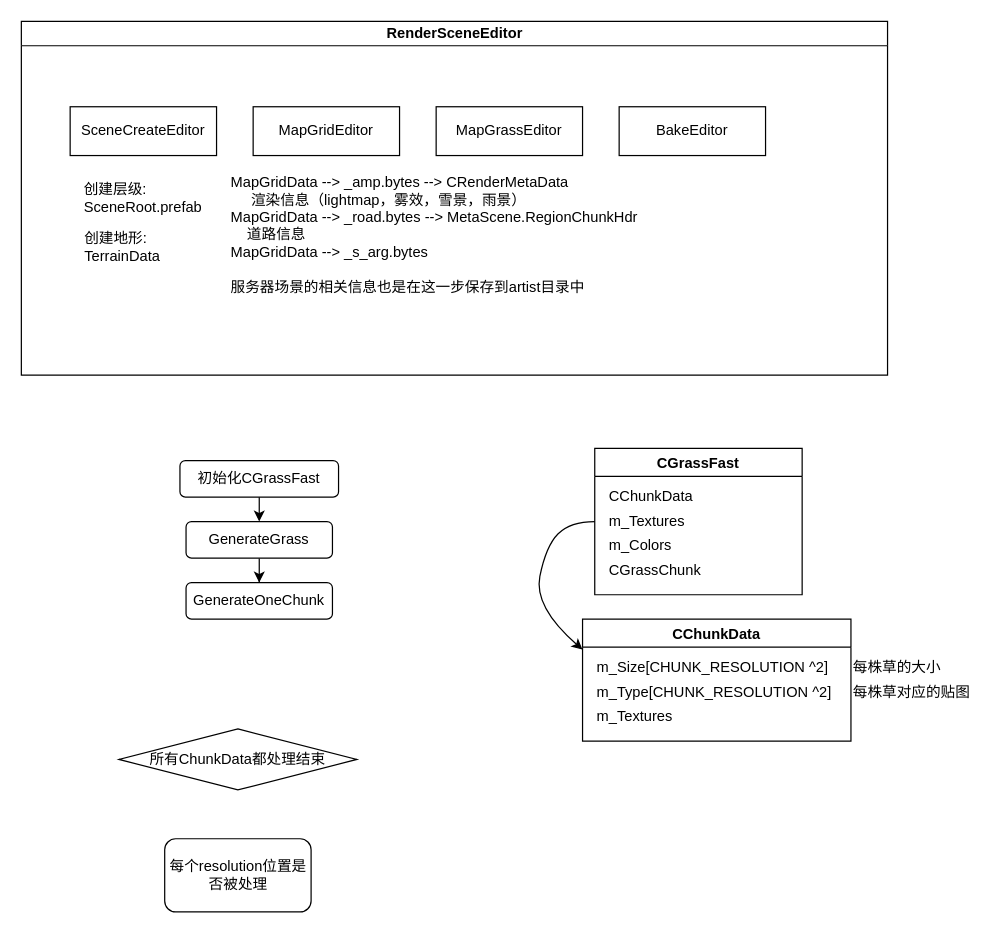
The draw.io diagram Untitled Diagram.drawio in Dixmanion/SNOWTH, before the edit. Source tidied: cells renumbered, new cells numbered last; positions are measured from the earlier drawing's top-left corner, leaving out a move shared by most shapes. Both pictures are drawn from the tidied source at 122%, with x=0, y=0 at pixel (21, 21).
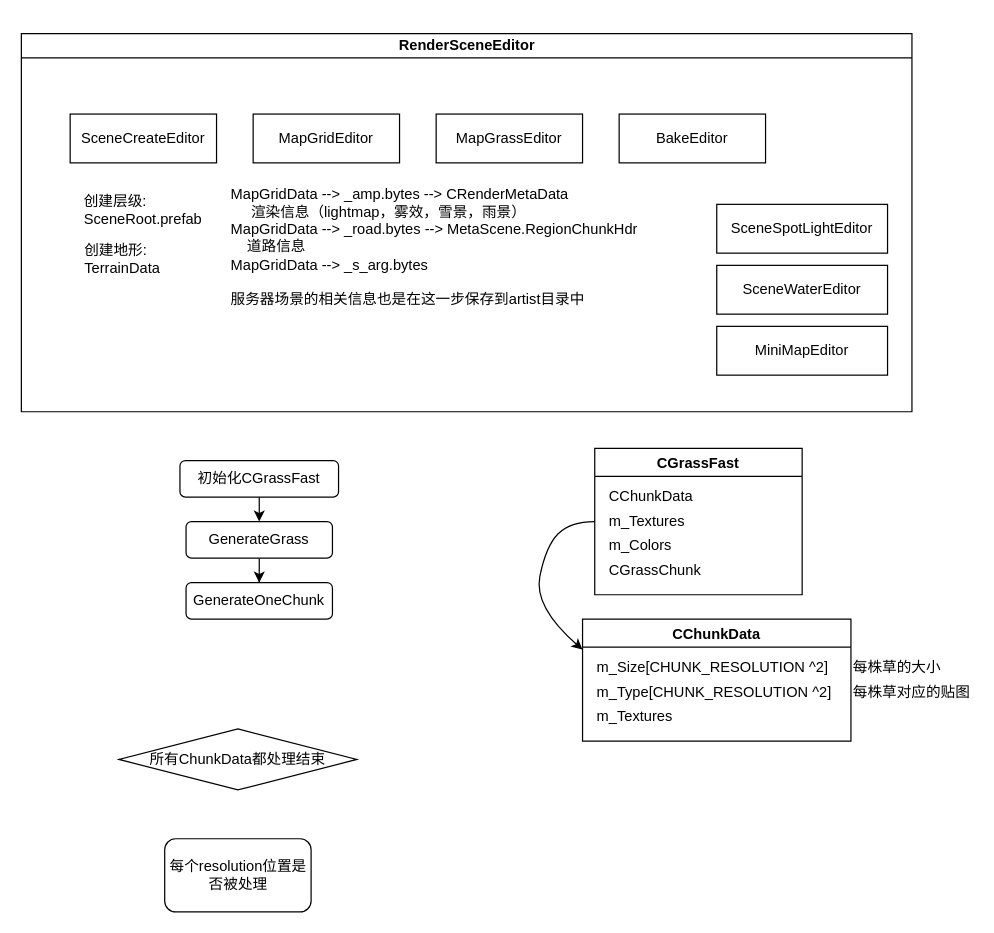
After the change.

Diff of the diagram source:
```diff
@@
     <mxCell id="2" value="RenderSceneEditor" style="swimlane;html=1;startSize=20;horizontal=1;containerType=tree;glass=0;" parent="1" vertex="1">
-      <mxGeometry width="710" height="290" as="geometry" />
+      <mxGeometry y="10" width="730" height="310" as="geometry" />
     </mxCell>
     <mxCell id="3" value="SceneCreateEditor" style="rounded=0;whiteSpace=wrap;html=1;" parent="2" vertex="1">
-      <mxGeometry x="40" y="70" width="120" height="40" as="geometry" />
+      <mxGeometry x="40" y="66" width="120" height="40" as="geometry" />
     </mxCell>
@@
     <mxCell id="6" value="MapGridEditor" style="rounded=0;whiteSpace=wrap;html=1;" parent="2" vertex="1">
-      <mxGeometry x="190" y="70" width="120" height="40" as="geometry" />
+      <mxGeometry x="190" y="66" width="120" height="40" as="geometry" />
     </mxCell>
@@
     <mxCell id="8" value="MapGrassEditor" style="rounded=0;whiteSpace=wrap;html=1;" parent="2" vertex="1">
-      <mxGeometry x="340" y="70" width="120" height="40" as="geometry" />
+      <mxGeometry x="340" y="66" width="120" height="40" as="geometry" />
     </mxCell>
     <mxCell id="9" value="BakeEditor" style="rounded=0;whiteSpace=wrap;html=1;" parent="2" vertex="1">
-      <mxGeometry x="490" y="70" width="120" height="40" as="geometry" />
+      <mxGeometry x="490" y="66" width="120" height="40" as="geometry" />
     </mxCell>
+    <mxCell id="29" value="SceneSpotLightEditor" style="rounded=0;whiteSpace=wrap;html=1;" parent="2" vertex="1">
+      <mxGeometry x="570" y="140" width="140" height="40" as="geometry" />
+    </mxCell>
+    <mxCell id="30" value="SceneWaterEditor" style="rounded=0;whiteSpace=wrap;html=1;" parent="2" vertex="1">
+      <mxGeometry x="570" y="190" width="140" height="40" as="geometry" />
+    </mxCell>
+    <mxCell id="31" value="MiniMapEditor" style="rounded=0;whiteSpace=wrap;html=1;" parent="2" vertex="1">
+      <mxGeometry x="570" y="240" width="140" height="40" as="geometry" />
+    </mxCell>
```
